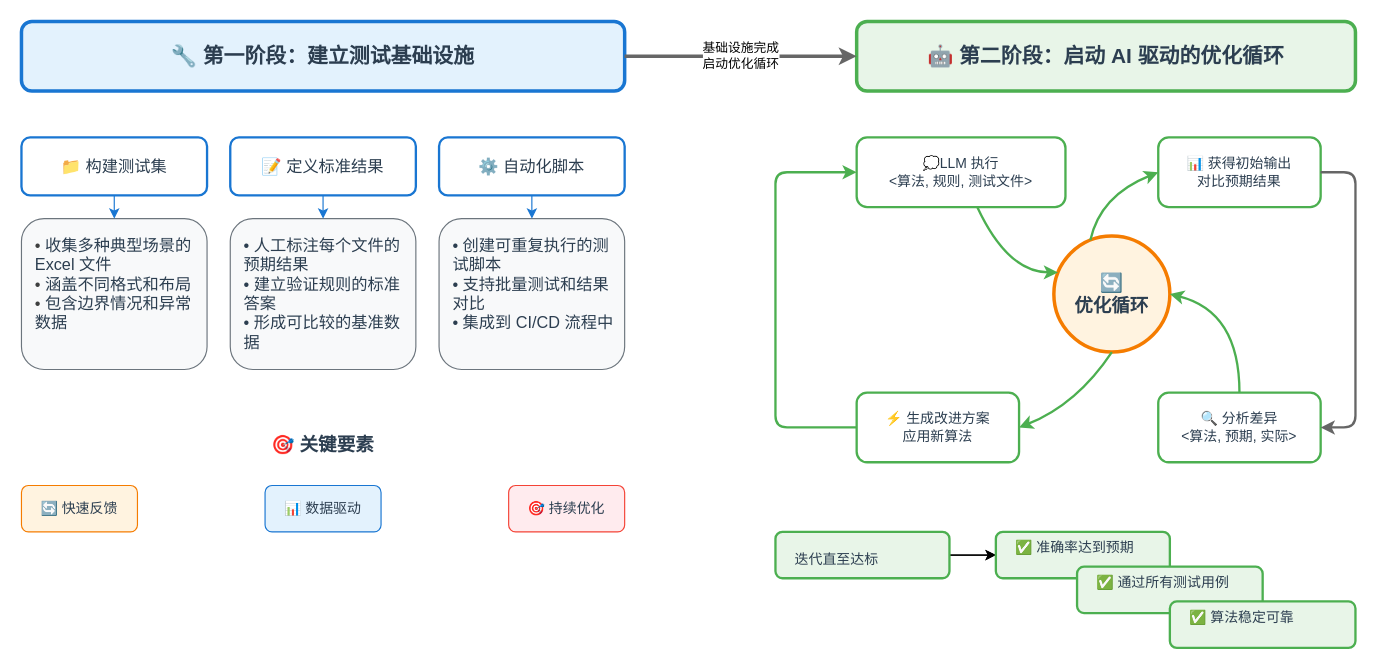
The draw.io diagram 2025-08-04 cursor meetup/images/implementation-steps.drawio in ronhuafeng/my-public-slides, before the edit. Source tidied: cells renumbered, new cells numbered last; positions are measured from the earlier drawing's top-left corner, leaving out a move shared by most shapes. Both pictures are drawn from the tidied source at 116%, with x=0, y=0 at pixel (21, 21).
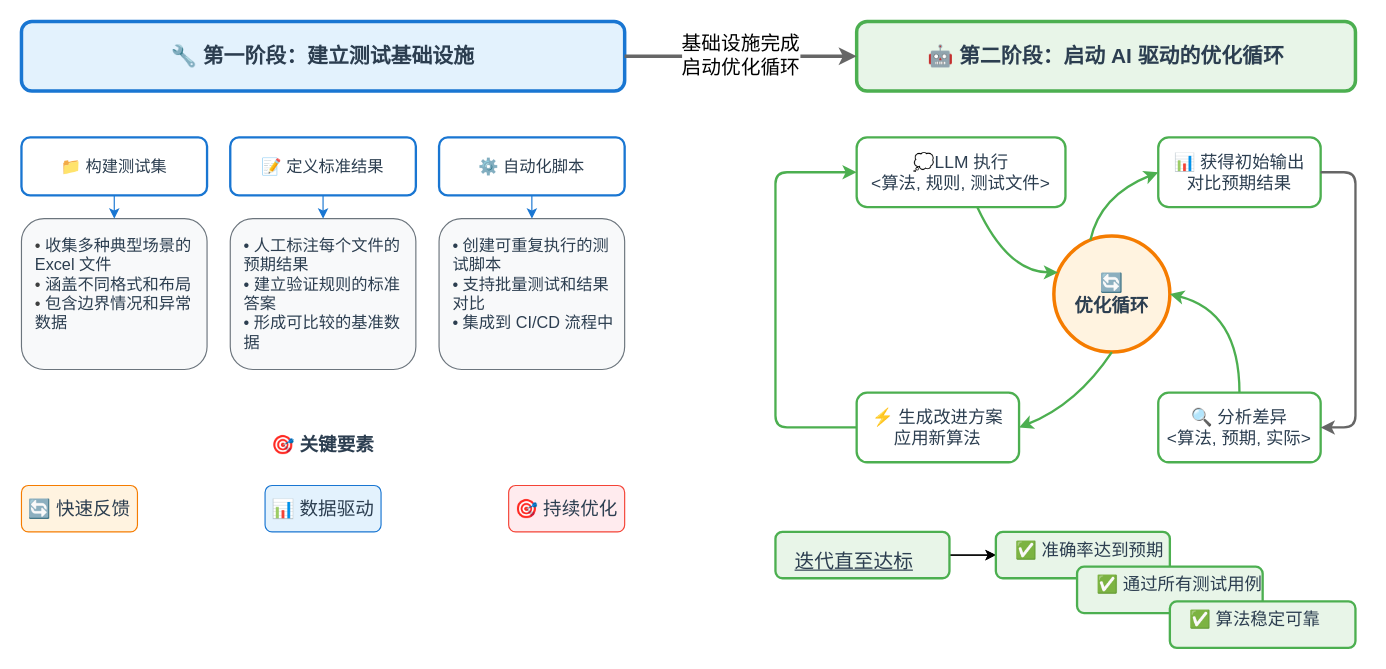
The same page after the edit.

The change refers to these unchanged cells:
```xml
<mxCell id="2" value="🔧 第一阶段：建立测试基础设施" style="rounded=1;whiteSpace=wrap;html=1;fontSize=18;fontStyle=1;fillColor=#e3f2fd;strokeColor=#1976d2;strokeWidth=3;fontColor=#2c3e50;align=center;" parent="1" vertex="1">
  <mxGeometry width="520" height="60" as="geometry" />
</mxCell>
<mxCell id="9" value="🤖 第二阶段：启动 AI 驱动的优化循环" style="rounded=1;whiteSpace=wrap;html=1;fontSize=18;fontStyle=1;fillColor=#e8f5e8;strokeColor=#4caf50;strokeWidth=3;fontColor=#2c3e50;align=center;" parent="1" vertex="1">
  <mxGeometry x="720" width="430" height="60" as="geometry" />
</mxCell>
```

The edit, as a diff of the source:
```diff
@@
-    <mxCell id="11" value="💭LLM 执行&lt;br&gt;&amp;lt;算法, 规则, 测试文件&amp;gt;" style="rounded=1;whiteSpace=wrap;html=1;fontSize=12;fillColor=#ffffff;strokeColor=#4caf50;strokeWidth=2;fontColor=#2c3e50;align=center;" parent="1" vertex="1">
+    <mxCell id="11" value="💭LLM 执行&lt;br&gt;&amp;lt;算法, 规则, 测试文件&amp;gt;" style="rounded=1;whiteSpace=wrap;html=1;fontSize=15;fillColor=#ffffff;strokeColor=#4caf50;strokeWidth=2;fontColor=#2c3e50;align=center;" parent="1" vertex="1">
       <mxGeometry x="720" y="100" width="180" height="60" as="geometry" />
     </mxCell>
-    <mxCell id="12" value="📊 获得初始输出&lt;br/&gt;对比预期结果" style="rounded=1;whiteSpace=wrap;html=1;fontSize=12;fillColor=#ffffff;strokeColor=#4caf50;strokeWidth=2;fontColor=#2c3e50;align=center;" parent="1" vertex="1">
+    <mxCell id="12" value="📊 获得初始输出&lt;br&gt;对比预期结果" style="rounded=1;whiteSpace=wrap;html=1;fontSize=15;fillColor=#ffffff;strokeColor=#4caf50;strokeWidth=2;fontColor=#2c3e50;align=center;" parent="1" vertex="1">
       <mxGeometry x="980" y="100" width="140" height="60" as="geometry" />
     </mxCell>
-    <mxCell id="13" value="🔍 分析差异&lt;br/&gt;&lt;算法, 预期, 实际&gt;" style="rounded=1;whiteSpace=wrap;html=1;fontSize=12;fillColor=#ffffff;strokeColor=#4caf50;strokeWidth=2;fontColor=#2c3e50;align=center;" parent="1" vertex="1">
+    <mxCell id="13" value="🔍 分析差异&lt;br&gt;&amp;lt;算法, 预期, 实际&amp;gt;" style="rounded=1;whiteSpace=wrap;html=1;fontSize=15;fillColor=#ffffff;strokeColor=#4caf50;strokeWidth=2;fontColor=#2c3e50;align=center;" parent="1" vertex="1">
       <mxGeometry x="980" y="320" width="140" height="60" as="geometry" />
     </mxCell>
-    <mxCell id="14" value="⚡ 生成改进方案&lt;br/&gt;应用新算法" style="rounded=1;whiteSpace=wrap;html=1;fontSize=12;fillColor=#ffffff;strokeColor=#4caf50;strokeWidth=2;fontColor=#2c3e50;align=center;" parent="1" vertex="1">
+    <mxCell id="14" value="⚡ 生成改进方案&lt;br&gt;应用新算法" style="rounded=1;whiteSpace=wrap;html=1;fontSize=15;fillColor=#ffffff;strokeColor=#4caf50;strokeWidth=2;fontColor=#2c3e50;align=center;" parent="1" vertex="1">
       <mxGeometry x="720" y="320" width="140" height="60" as="geometry" />
     </mxCell>
@@
-    <mxCell id="20" value="基础设施完成&lt;br/&gt;启动优化循环" style="endArrow=classic;html=1;rounded=0;strokeColor=#666666;strokeWidth=3;curved=1;exitX=1;exitY=0.5;exitDx=0;exitDy=0;entryX=0;entryY=0.5;entryDx=0;entryDy=0;" parent="1" edge="1" source="2" target="9">
+    <mxCell id="20" value="基础设施完成&lt;br&gt;启动优化循环" style="endArrow=classic;html=1;rounded=0;strokeColor=#666666;strokeWidth=3;curved=1;exitX=1;exitY=0.5;exitDx=0;exitDy=0;entryX=0;entryY=0.5;entryDx=0;entryDy=0;fontSize=17;" parent="1" edge="1" source="2" target="9">
       <mxGeometry relative="1" as="geometry" />
     </mxCell>
@@
-    <mxCell id="23" value="迭代直至达标&lt;div&gt;&lt;br&gt;&lt;/div&gt;" style="rounded=1;whiteSpace=wrap;html=1;fontSize=12;fillColor=#e8f5e8;strokeColor=#4caf50;strokeWidth=2;fontColor=#2c3e50;align=left;verticalAlign=top;spacingLeft=15;spacingTop=10;" parent="1" vertex="1">
+    <mxCell id="23" value="&lt;font style=&quot;font-size: 17px;&quot;&gt;&lt;u&gt;迭代直至达标&lt;/u&gt;&lt;/font&gt;" style="rounded=1;whiteSpace=wrap;html=1;fontSize=12;fillColor=#e8f5e8;strokeColor=#4caf50;strokeWidth=2;fontColor=#2c3e50;align=left;verticalAlign=top;spacingLeft=15;spacingTop=10;" parent="1" vertex="1">
       <mxGeometry x="650" y="440" width="150" height="40" as="geometry" />
     </mxCell>
@@
-    <mxCell id="25" value="🔄 快速反馈" style="rounded=1;whiteSpace=wrap;html=1;fontSize=12;fillColor=#fff3e0;strokeColor=#f57c00;strokeWidth=1;fontColor=#2c3e50;align=center;" parent="1" vertex="1">
+    <mxCell id="25" value="🔄 快速反馈" style="rounded=1;whiteSpace=wrap;html=1;fontSize=16;fillColor=#fff3e0;strokeColor=#f57c00;strokeWidth=1;fontColor=#2c3e50;align=center;" parent="1" vertex="1">
       <mxGeometry y="400" width="100" height="40" as="geometry" />
     </mxCell>
-    <mxCell id="26" value="📊 数据驱动" style="rounded=1;whiteSpace=wrap;html=1;fontSize=12;fillColor=#e3f2fd;strokeColor=#1976d2;strokeWidth=1;fontColor=#2c3e50;align=center;" parent="1" vertex="1">
+    <mxCell id="26" value="📊 数据驱动" style="rounded=1;whiteSpace=wrap;html=1;fontSize=16;fillColor=#e3f2fd;strokeColor=#1976d2;strokeWidth=1;fontColor=#2c3e50;align=center;" parent="1" vertex="1">
       <mxGeometry x="210" y="400" width="100" height="40" as="geometry" />
     </mxCell>
-    <mxCell id="27" value="🎯 持续优化" style="rounded=1;whiteSpace=wrap;html=1;fontSize=12;fillColor=#ffebee;strokeColor=#f44336;strokeWidth=1;fontColor=#2c3e50;align=center;" parent="1" vertex="1">
+    <mxCell id="27" value="🎯 持续优化" style="rounded=1;whiteSpace=wrap;html=1;fontSize=16;fillColor=#ffebee;strokeColor=#f44336;strokeWidth=1;fontColor=#2c3e50;align=center;" parent="1" vertex="1">
       <mxGeometry x="420" y="400" width="100" height="40" as="geometry" />
     </mxCell>
@@
-    <mxCell id="32" value="&lt;span style=&quot;color: rgb(44, 62, 80);&quot;&gt;&lt;span style=&quot;color: rgb(44, 62, 80);&quot;&gt;✅&amp;nbsp;&lt;/span&gt;准确率达到预期&lt;/span&gt;" style="whiteSpace=wrap;html=1;align=left;verticalAlign=top;fillColor=#e8f5e8;strokeColor=#4caf50;fontColor=#2c3e50;rounded=1;strokeWidth=2;spacingLeft=15;spacingTop=0;" parent="1" vertex="1">
+    <mxCell id="32" value="&lt;span style=&quot;color: rgb(44, 62, 80);&quot;&gt;&lt;span style=&quot;color: rgb(44, 62, 80);&quot;&gt;✅&amp;nbsp;&lt;/span&gt;准确率达到预期&lt;/span&gt;" style="whiteSpace=wrap;html=1;align=left;verticalAlign=top;fillColor=#e8f5e8;strokeColor=#4caf50;fontColor=#2c3e50;rounded=1;strokeWidth=2;spacingLeft=15;spacingTop=0;fontSize=15;" parent="1" vertex="1">
       <mxGeometry x="840" y="440" width="150" height="40" as="geometry" />
     </mxCell>
-    <mxCell id="33" value="&lt;span style=&quot;color: rgb(44, 62, 80);&quot;&gt;&lt;span style=&quot;color: rgb(44, 62, 80);&quot;&gt;✅&amp;nbsp;&lt;/span&gt;通过所有测试用例&lt;/span&gt;" style="whiteSpace=wrap;html=1;align=left;verticalAlign=top;fillColor=#e8f5e8;strokeColor=#4caf50;fontColor=#2c3e50;rounded=1;strokeWidth=2;spacingLeft=15;spacingTop=0;" parent="1" vertex="1">
+    <mxCell id="33" value="&lt;span style=&quot;color: rgb(44, 62, 80);&quot;&gt;&lt;span style=&quot;color: rgb(44, 62, 80);&quot;&gt;✅&amp;nbsp;&lt;/span&gt;通过所有测试用例&lt;/span&gt;" style="whiteSpace=wrap;html=1;align=left;verticalAlign=top;fillColor=#e8f5e8;strokeColor=#4caf50;fontColor=#2c3e50;rounded=1;strokeWidth=2;spacingLeft=15;spacingTop=0;fontSize=15;" parent="1" vertex="1">
       <mxGeometry x="910" y="470" width="160" height="40" as="geometry" />
     </mxCell>
-    <mxCell id="34" value="&lt;span style=&quot;color: rgb(44, 62, 80);&quot;&gt;&lt;span style=&quot;color: rgb(44, 62, 80);&quot;&gt;✅&amp;nbsp;&lt;/span&gt;算法稳定可靠&lt;/span&gt;" style="whiteSpace=wrap;html=1;align=left;verticalAlign=top;fillColor=#e8f5e8;strokeColor=#4caf50;fontColor=#2c3e50;rounded=1;strokeWidth=2;spacingLeft=15;spacingTop=0;" parent="1" vertex="1">
+    <mxCell id="34" value="&lt;span style=&quot;color: rgb(44, 62, 80);&quot;&gt;&lt;span style=&quot;color: rgb(44, 62, 80);&quot;&gt;✅&amp;nbsp;&lt;/span&gt;算法稳定可靠&lt;/span&gt;" style="whiteSpace=wrap;html=1;align=left;verticalAlign=top;fillColor=#e8f5e8;strokeColor=#4caf50;fontColor=#2c3e50;rounded=1;strokeWidth=2;spacingLeft=15;spacingTop=0;fontSize=15;" parent="1" vertex="1">
       <mxGeometry x="990" y="500" width="160" height="40" as="geometry" />
     </mxCell>
```
